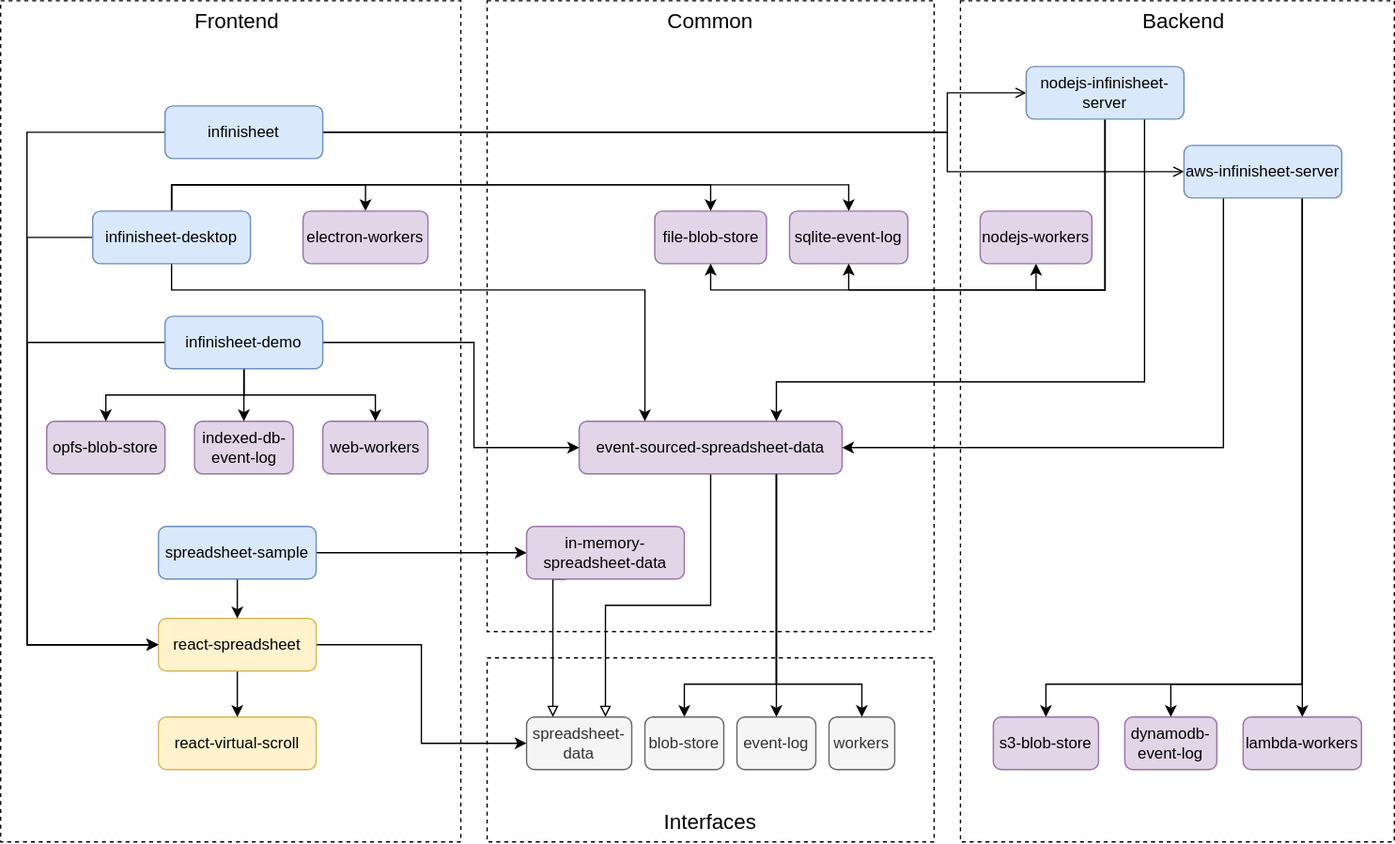
Before: assets/images/infinisheet/module-architecture.svg, a diagram exported from draw.io (TheCandidStartup/TheCandidStartup.github.io). Source tidied: cells renumbered, new cells last; positions are measured from the earlier drawing's top-left corner, leaving out a move shared by most shapes.
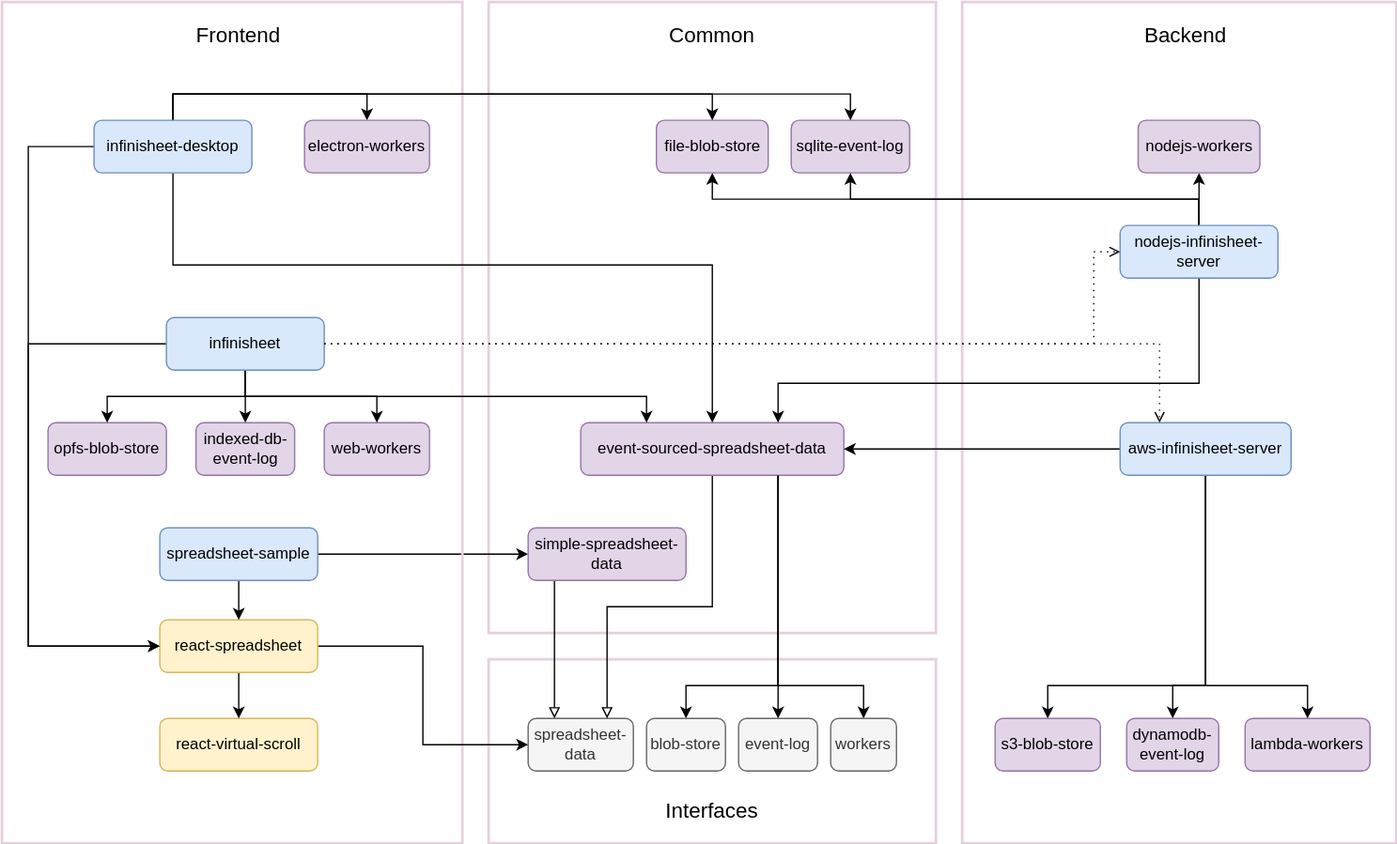
Later version of the same file.

The edit, as a diff of the source:
```diff
@@ -2,10 +2,10 @@
   <root>
     <mxCell id="0" />
     <mxCell id="1" parent="0" />
-    <mxCell id="2" style="rounded=0;whiteSpace=wrap;html=1;fillColor=none;dashed=1;" parent="1" vertex="1">
+    <mxCell id="2" style="rounded=0;whiteSpace=wrap;html=1;fillColor=none;strokeColor=#E6D0DE;strokeWidth=2;" parent="1" vertex="1">
       <mxGeometry x="370" width="340" height="480" as="geometry" />
     </mxCell>
-    <mxCell id="3" style="rounded=0;whiteSpace=wrap;html=1;fillColor=none;dashed=1;" parent="1" vertex="1">
+    <mxCell id="3" style="rounded=0;whiteSpace=wrap;html=1;fillColor=none;strokeColor=#E6D0DE;strokeWidth=2;" parent="1" vertex="1">
       <mxGeometry x="370" y="500" width="340" height="140" as="geometry" />
     </mxCell>
     <mxCell id="4" style="edgeStyle=orthogonalEdgeStyle;rounded=0;jettySize=auto;html=1;exitX=0.75;exitY=1;exitDx=0;exitDy=0;entryX=0.5;entryY=0;entryDx=0;entryDy=0;jumpStyle=none;" parent="1" edge="1" source="32" target="15">
@@ -19,23 +19,23 @@
     <mxCell id="5" style="edgeStyle=orthogonalEdgeStyle;rounded=0;jettySize=auto;html=1;exitX=1;exitY=0.5;exitDx=0;exitDy=0;entryX=0;entryY=0.5;entryDx=0;entryDy=0;" parent="1" edge="1" source="38" target="25">
       <mxGeometry relative="1" as="geometry" />
     </mxCell>
-    <mxCell id="6" style="rounded=0;whiteSpace=wrap;html=1;fillColor=none;dashed=1;" parent="1" vertex="1">
+    <mxCell id="6" style="rounded=0;whiteSpace=wrap;html=1;fillColor=none;strokeColor=#E6D0DE;strokeWidth=2;" parent="1" vertex="1">
       <mxGeometry width="350" height="640" as="geometry" />
     </mxCell>
-    <mxCell id="7" style="rounded=0;whiteSpace=wrap;html=1;fillColor=none;dashed=1;" parent="1" vertex="1">
+    <mxCell id="7" style="rounded=0;whiteSpace=wrap;html=1;fillColor=none;strokeWidth=2;strokeColor=#E6D0DE;" parent="1" vertex="1">
       <mxGeometry x="730" width="330" height="640" as="geometry" />
     </mxCell>
     <mxCell id="8" value="&lt;font style=&quot;font-size: 16px;&quot;&gt;Frontend&lt;/font&gt;" style="text;html=1;strokeColor=none;fillColor=none;align=center;verticalAlign=middle;whiteSpace=wrap;rounded=0;" parent="1" vertex="1">
-      <mxGeometry x="100" width="160" height="30" as="geometry" />
+      <mxGeometry x="100" y="10" width="160" height="30" as="geometry" />
     </mxCell>
     <mxCell id="9" value="&lt;font style=&quot;font-size: 16px;&quot;&gt;Common&lt;/font&gt;" style="text;html=1;strokeColor=none;fillColor=none;align=center;verticalAlign=middle;whiteSpace=wrap;rounded=0;" parent="1" vertex="1">
-      <mxGeometry x="460" width="160" height="30" as="geometry" />
+      <mxGeometry x="460" y="10" width="160" height="30" as="geometry" />
     </mxCell>
     <mxCell id="10" value="&lt;font style=&quot;font-size: 16px;&quot;&gt;Backend&lt;/font&gt;" style="text;html=1;strokeColor=none;fillColor=none;align=center;verticalAlign=middle;whiteSpace=wrap;rounded=0;" parent="1" vertex="1">
-      <mxGeometry x="820" width="160" height="30" as="geometry" />
+      <mxGeometry x="820" y="10" width="160" height="30" as="geometry" />
     </mxCell>
     <mxCell id="11" value="&lt;font style=&quot;font-size: 16px;&quot;&gt;Interfaces&lt;/font&gt;" style="text;html=1;strokeColor=none;fillColor=none;align=center;verticalAlign=middle;whiteSpace=wrap;rounded=0;" parent="1" vertex="1">
-      <mxGeometry x="460" y="610" width="160" height="30" as="geometry" />
+      <mxGeometry x="460" y="600" width="160" height="30" as="geometry" />
     </mxCell>
     <mxCell id="12" value="react-virtual-scroll" style="rounded=1;whiteSpace=wrap;html=1;fillColor=#fff2cc;strokeColor=#d6b656;" parent="1" vertex="1">
       <mxGeometry x="120" y="545" width="120" height="40" as="geometry" />
@@ -61,33 +61,6 @@
     <mxCell id="19" value="react-spreadsheet" style="rounded=1;whiteSpace=wrap;html=1;fillColor=#fff2cc;strokeColor=#d6b656;" parent="1" vertex="1">
       <mxGeometry x="120" y="470" width="120" height="40" as="geometry" />
     </mxCell>
-    <mxCell id="20" style="edgeStyle=orthogonalEdgeStyle;rounded=0;jettySize=auto;html=1;exitX=1;exitY=0.5;exitDx=0;exitDy=0;entryX=0;entryY=0.5;entryDx=0;entryDy=0;endArrow=open;endFill=0;" parent="1" edge="1" source="23" target="55">
-      <mxGeometry relative="1" as="geometry">
-        <Array as="points">
-          <mxPoint x="720" y="100" />
-          <mxPoint x="720" y="70" />
-        </Array>
-      </mxGeometry>
-    </mxCell>
-    <mxCell id="21" style="edgeStyle=orthogonalEdgeStyle;rounded=0;jettySize=auto;html=1;exitX=1;exitY=0.5;exitDx=0;exitDy=0;entryX=0;entryY=0.5;entryDx=0;entryDy=0;endArrow=open;endFill=0;" parent="1" edge="1" source="23" target="60">
-      <mxGeometry relative="1" as="geometry">
-        <Array as="points">
-          <mxPoint x="720" y="100" />
-          <mxPoint x="720" y="130" />
-        </Array>
-      </mxGeometry>
-    </mxCell>
-    <mxCell id="22" style="edgeStyle=orthogonalEdgeStyle;rounded=0;jettySize=auto;html=1;exitX=0;exitY=0.5;exitDx=0;exitDy=0;entryX=0;entryY=0.5;entryDx=0;entryDy=0;" parent="1" edge="1" source="23" target="19">
-      <mxGeometry relative="1" as="geometry">
-        <Array as="points">
-          <mxPoint x="20" y="100" />
-          <mxPoint x="20" y="490" />
-        </Array>
-      </mxGeometry>
-    </mxCell>
-    <mxCell id="23" value="infinisheet" style="rounded=1;whiteSpace=wrap;html=1;fillColor=#dae8fc;strokeColor=#6c8ebf;" parent="1" vertex="1">
-      <mxGeometry x="125" y="80" width="120" height="40" as="geometry" />
-    </mxCell>
     <mxCell id="24" style="edgeStyle=orthogonalEdgeStyle;rounded=0;jettySize=auto;html=1;exitX=0.25;exitY=1;exitDx=0;exitDy=0;entryX=0.25;entryY=0;entryDx=0;entryDy=0;endArrow=block;endFill=0;" parent="1" edge="1" source="25" target="13">
       <mxGeometry relative="1" as="geometry">
         <Array as="points">
@@ -95,14 +68,14 @@
         </Array>
       </mxGeometry>
     </mxCell>
-    <mxCell id="25" value="in-memory-spreadsheet-data" style="rounded=1;whiteSpace=wrap;html=1;fillColor=#e1d5e7;strokeColor=#9673a6;" parent="1" vertex="1">
+    <mxCell id="25" value="simple-spreadsheet-data" style="rounded=1;whiteSpace=wrap;html=1;fillColor=#e1d5e7;strokeColor=#9673a6;" parent="1" vertex="1">
       <mxGeometry x="400" y="400" width="120" height="40" as="geometry" />
     </mxCell>
     <mxCell id="26" value="sqlite-event-log" style="rounded=1;whiteSpace=wrap;html=1;fillColor=#e1d5e7;strokeColor=#9673a6;" parent="1" vertex="1">
-      <mxGeometry x="600" y="160" width="90" height="40" as="geometry" />
+      <mxGeometry x="600" y="90" width="90" height="40" as="geometry" />
     </mxCell>
     <mxCell id="27" value="file-blob-store" style="rounded=1;whiteSpace=wrap;html=1;fillColor=#e1d5e7;strokeColor=#9673a6;" parent="1" vertex="1">
-      <mxGeometry x="497.5" y="160" width="85" height="40" as="geometry" />
+      <mxGeometry x="497.5" y="90" width="85" height="40" as="geometry" />
     </mxCell>
     <mxCell id="28" value="opfs-blob-store" style="rounded=1;whiteSpace=wrap;html=1;fillColor=#e1d5e7;strokeColor=#9673a6;" parent="1" vertex="1">
       <mxGeometry x="35" y="320" width="90" height="40" as="geometry" />
@@ -139,7 +112,7 @@
       <mxGeometry x="245" y="320" width="80" height="40" as="geometry" />
     </mxCell>
     <mxCell id="36" value="lambda-workers" style="rounded=1;whiteSpace=wrap;html=1;fillColor=#e1d5e7;strokeColor=#9673a6;" parent="1" vertex="1">
-      <mxGeometry x="945" y="545" width="90" height="40" as="geometry" />
+      <mxGeometry x="945" y="545" width="95" height="40" as="geometry" />
     </mxCell>
     <mxCell id="37" style="edgeStyle=orthogonalEdgeStyle;rounded=0;jettySize=auto;html=1;exitX=0.5;exitY=1;exitDx=0;exitDy=0;entryX=0.5;entryY=0;entryDx=0;entryDy=0;" parent="1" edge="1" source="38" target="19">
       <mxGeometry relative="1" as="geometry" />
@@ -156,30 +129,30 @@
     <mxCell id="41" style="edgeStyle=orthogonalEdgeStyle;rounded=0;jettySize=auto;html=1;exitX=0.5;exitY=1;exitDx=0;exitDy=0;" parent="1" edge="1" source="44" target="29">
       <mxGeometry relative="1" as="geometry" />
     </mxCell>
+    <mxCell id="43" style="edgeStyle=orthogonalEdgeStyle;rounded=0;jettySize=auto;html=1;exitX=0;exitY=0.5;exitDx=0;exitDy=0;entryX=0;entryY=0.5;entryDx=0;entryDy=0;" parent="1" edge="1" source="44" target="19">
+      <mxGeometry relative="1" as="geometry">
+        <Array as="points">
+          <mxPoint x="20" y="260" />
+          <mxPoint x="20" y="490" />
+        </Array>
+      </mxGeometry>
+    </mxCell>
-    <mxCell id="42" style="edgeStyle=orthogonalEdgeStyle;rounded=0;jettySize=auto;html=1;exitX=1;exitY=0.5;exitDx=0;exitDy=0;entryX=0;entryY=0.5;entryDx=0;entryDy=0;" parent="1" edge="1" source="44" target="32">
+    <mxCell id="42" style="edgeStyle=orthogonalEdgeStyle;rounded=0;jettySize=auto;html=1;exitX=0.5;exitY=1;exitDx=0;exitDy=0;entryX=0.25;entryY=0;entryDx=0;entryDy=0;" parent="1" edge="1" source="44" target="32">
       <mxGeometry relative="1" as="geometry">
         <Array as="points">
-          <mxPoint x="360" y="260" />
-          <mxPoint x="360" y="340" />
+          <mxPoint x="185" y="300" />
+          <mxPoint x="490" y="300" />
         </Array>
       </mxGeometry>
     </mxCell>
-    <mxCell id="43" style="edgeStyle=orthogonalEdgeStyle;rounded=0;jettySize=auto;html=1;exitX=0;exitY=0.5;exitDx=0;exitDy=0;entryX=0;entryY=0.5;entryDx=0;entryDy=0;" parent="1" edge="1" source="44" target="19">
-      <mxGeometry relative="1" as="geometry">
-        <Array as="points">
-          <mxPoint x="20" y="260" />
-          <mxPoint x="20" y="490" />
-        </Array>
-      </mxGeometry>
-    </mxCell>
-    <mxCell id="44" value="infinisheet-demo" style="rounded=1;whiteSpace=wrap;html=1;fillColor=#dae8fc;strokeColor=#6c8ebf;" parent="1" vertex="1">
+    <mxCell id="44" value="infinisheet" style="rounded=1;whiteSpace=wrap;html=1;fillColor=#dae8fc;strokeColor=#6c8ebf;" parent="1" vertex="1">
       <mxGeometry x="125" y="240" width="120" height="40" as="geometry" />
     </mxCell>
-    <mxCell id="45" style="edgeStyle=orthogonalEdgeStyle;rounded=0;jettySize=auto;html=1;exitX=0.5;exitY=1;exitDx=0;exitDy=0;entryX=0.25;entryY=0;entryDx=0;entryDy=0;" parent="1" edge="1" source="50" target="32">
+    <mxCell id="45" style="edgeStyle=orthogonalEdgeStyle;rounded=0;jettySize=auto;html=1;exitX=0.5;exitY=1;exitDx=0;exitDy=0;entryX=0.5;entryY=0;entryDx=0;entryDy=0;" parent="1" edge="1" source="50" target="32">
       <mxGeometry relative="1" as="geometry">
         <Array as="points">
-          <mxPoint x="130" y="220" />
-          <mxPoint x="490" y="220" />
+          <mxPoint x="130" y="200" />
+          <mxPoint x="540" y="200" />
         </Array>
       </mxGeometry>
     </mxCell>
@@ -195,66 +168,66 @@
     <mxCell id="49" style="edgeStyle=orthogonalEdgeStyle;rounded=0;jettySize=auto;html=1;exitX=0;exitY=0.5;exitDx=0;exitDy=0;entryX=0;entryY=0.5;entryDx=0;entryDy=0;" parent="1" edge="1" source="50" target="19">
       <mxGeometry relative="1" as="geometry">
         <Array as="points">
-          <mxPoint x="20" y="180" />
+          <mxPoint x="20" y="110" />
           <mxPoint x="20" y="490" />
         </Array>
       </mxGeometry>
     </mxCell>
     <mxCell id="50" value="infinisheet-desktop" style="rounded=1;whiteSpace=wrap;html=1;fillColor=#dae8fc;strokeColor=#6c8ebf;" parent="1" vertex="1">
-      <mxGeometry x="70" y="160" width="120" height="40" as="geometry" />
+      <mxGeometry x="70" y="90" width="120" height="40" as="geometry" />
     </mxCell>
-    <mxCell id="51" style="edgeStyle=orthogonalEdgeStyle;rounded=0;jettySize=auto;html=1;exitX=0.75;exitY=1;exitDx=0;exitDy=0;entryX=0.75;entryY=0;entryDx=0;entryDy=0;" parent="1" edge="1" source="55" target="32">
+    <mxCell id="51" style="edgeStyle=orthogonalEdgeStyle;rounded=0;jettySize=auto;html=1;exitX=0.5;exitY=1;exitDx=0;exitDy=0;entryX=0.75;entryY=0;entryDx=0;entryDy=0;" parent="1" edge="1" source="55" target="32">
       <mxGeometry relative="1" as="geometry">
         <Array as="points">
-          <mxPoint x="870" y="290" />
+          <mxPoint x="910" y="290" />
           <mxPoint x="590" y="290" />
         </Array>
       </mxGeometry>
     </mxCell>
-    <mxCell id="52" style="edgeStyle=orthogonalEdgeStyle;rounded=0;jettySize=auto;html=1;exitX=0.5;exitY=1;exitDx=0;exitDy=0;entryX=0.5;entryY=1;entryDx=0;entryDy=0;" parent="1" edge="1" source="55" target="27">
+    <mxCell id="52" style="edgeStyle=orthogonalEdgeStyle;rounded=0;jettySize=auto;html=1;exitX=0.5;exitY=0;exitDx=0;exitDy=0;entryX=0.5;entryY=1;entryDx=0;entryDy=0;" parent="1" edge="1" source="55" target="27">
       <mxGeometry relative="1" as="geometry" />
     </mxCell>
+    <mxCell id="54" style="edgeStyle=orthogonalEdgeStyle;rounded=0;jettySize=auto;html=1;exitX=0.5;exitY=0;exitDx=0;exitDy=0;entryX=0.5;entryY=1;entryDx=0;entryDy=0;" parent="1" edge="1" source="55" target="26">
+      <mxGeometry relative="1" as="geometry" />
+    </mxCell>
-    <mxCell id="53" style="edgeStyle=orthogonalEdgeStyle;rounded=0;jettySize=auto;html=1;exitX=0.5;exitY=1;exitDx=0;exitDy=0;entryX=0.5;entryY=1;entryDx=0;entryDy=0;" parent="1" edge="1" source="55" target="61">
-      <mxGeometry relative="1" as="geometry">
-        <Array as="points">
-          <mxPoint x="840" y="220" />
-          <mxPoint x="788" y="220" />
-        </Array>
-      </mxGeometry>
+    <mxCell id="53" style="edgeStyle=orthogonalEdgeStyle;rounded=0;jettySize=auto;html=1;exitX=0.5;exitY=0;exitDx=0;exitDy=0;entryX=0.5;entryY=1;entryDx=0;entryDy=0;" parent="1" edge="1" source="55" target="61">
+      <mxGeometry relative="1" as="geometry" />
     </mxCell>
-    <mxCell id="54" style="edgeStyle=orthogonalEdgeStyle;rounded=0;jettySize=auto;html=1;exitX=0.5;exitY=1;exitDx=0;exitDy=0;entryX=0.5;entryY=1;entryDx=0;entryDy=0;" parent="1" edge="1" source="55" target="26">
-      <mxGeometry relative="1" as="geometry" />
-    </mxCell>
     <mxCell id="55" value="nodejs-infinisheet-server" style="rounded=1;whiteSpace=wrap;html=1;fillColor=#dae8fc;strokeColor=#6c8ebf;" parent="1" vertex="1">
-      <mxGeometry x="780" y="50" width="120" height="40" as="geometry" />
+      <mxGeometry x="850" y="170" width="120" height="40" as="geometry" />
     </mxCell>
-    <mxCell id="56" style="edgeStyle=orthogonalEdgeStyle;rounded=0;jettySize=auto;html=1;exitX=0.25;exitY=1;exitDx=0;exitDy=0;entryX=1;entryY=0.5;entryDx=0;entryDy=0;" parent="1" edge="1" source="60" target="32">
+    <mxCell id="56" style="edgeStyle=orthogonalEdgeStyle;rounded=0;jettySize=auto;html=1;exitX=0;exitY=0.5;exitDx=0;exitDy=0;entryX=1;entryY=0.5;entryDx=0;entryDy=0;" parent="1" edge="1" source="60" target="32">
       <mxGeometry relative="1" as="geometry" />
     </mxCell>
+    <mxCell id="59" style="edgeStyle=orthogonalEdgeStyle;rounded=0;jettySize=auto;html=1;exitX=0.5;exitY=1;exitDx=0;exitDy=0;entryX=0.5;entryY=0;entryDx=0;entryDy=0;" parent="1" edge="1" source="60" target="34">
+      <mxGeometry relative="1" as="geometry">
+        <Array as="points">
+          <mxPoint x="915" y="520" />
+          <mxPoint x="795" y="520" />
+        </Array>
+      </mxGeometry>
+    </mxCell>
-    <mxCell id="57" style="edgeStyle=orthogonalEdgeStyle;rounded=0;jettySize=auto;html=1;exitX=0.75;exitY=1;exitDx=0;exitDy=0;entryX=0.5;entryY=0;entryDx=0;entryDy=0;" parent="1" edge="1" source="60" target="36">
-      <mxGeometry relative="1" as="geometry" />
+    <mxCell id="57" style="edgeStyle=orthogonalEdgeStyle;rounded=0;jettySize=auto;html=1;exitX=0.5;exitY=1;exitDx=0;exitDy=0;entryX=0.5;entryY=0;entryDx=0;entryDy=0;" parent="1" edge="1" source="60" target="36">
+      <mxGeometry relative="1" as="geometry">
+        <Array as="points">
+          <mxPoint x="915" y="520" />
+          <mxPoint x="993" y="520" />
+        </Array>
+      </mxGeometry>
     </mxCell>
-    <mxCell id="58" style="edgeStyle=orthogonalEdgeStyle;rounded=0;jettySize=auto;html=1;exitX=0.75;exitY=1;exitDx=0;exitDy=0;entryX=0.5;entryY=0;entryDx=0;entryDy=0;" parent="1" edge="1" source="60" target="33">
+    <mxCell id="58" style="edgeStyle=orthogonalEdgeStyle;rounded=0;jettySize=auto;html=1;exitX=0.5;exitY=1;exitDx=0;exitDy=0;entryX=0.5;entryY=0;entryDx=0;entryDy=0;" parent="1" edge="1" source="60" target="33">
       <mxGeometry relative="1" as="geometry">
         <Array as="points">
-          <mxPoint x="990" y="520" />
+          <mxPoint x="915" y="520" />
           <mxPoint x="890" y="520" />
         </Array>
       </mxGeometry>
     </mxCell>
-    <mxCell id="59" style="edgeStyle=orthogonalEdgeStyle;rounded=0;jettySize=auto;html=1;exitX=0.75;exitY=1;exitDx=0;exitDy=0;entryX=0.5;entryY=0;entryDx=0;entryDy=0;" parent="1" edge="1" source="60" target="34">
-      <mxGeometry relative="1" as="geometry">
-        <Array as="points">
-          <mxPoint x="990" y="520" />
-          <mxPoint x="795" y="520" />
-        </Array>
-      </mxGeometry>
-    </mxCell>
     <mxCell id="60" value="aws-infinisheet-server" style="rounded=1;whiteSpace=wrap;html=1;fillColor=#dae8fc;strokeColor=#6c8ebf;" parent="1" vertex="1">
-      <mxGeometry x="900" y="110" width="120" height="40" as="geometry" />
+      <mxGeometry x="850" y="320" width="130" height="40" as="geometry" />
     </mxCell>
     <mxCell id="61" value="nodejs-workers" style="rounded=1;whiteSpace=wrap;html=1;fillColor=#e1d5e7;strokeColor=#9673a6;" parent="1" vertex="1">
-      <mxGeometry x="745" y="160" width="85" height="40" as="geometry" />
+      <mxGeometry x="863.8" y="90" width="92.5" height="40" as="geometry" />
     </mxCell>
     <mxCell id="62" style="edgeStyle=orthogonalEdgeStyle;rounded=0;jettySize=auto;html=1;exitX=0.75;exitY=1;exitDx=0;exitDy=0;entryX=0.5;entryY=0;entryDx=0;entryDy=0;jumpStyle=none;" parent="1" edge="1" source="32" target="16">
       <mxGeometry relative="1" as="geometry">
@@ -265,7 +238,24 @@
       </mxGeometry>
     </mxCell>
     <mxCell id="63" value="electron-workers" style="rounded=1;whiteSpace=wrap;html=1;fillColor=#e1d5e7;strokeColor=#9673a6;" parent="1" vertex="1">
-      <mxGeometry x="230" y="160" width="95" height="40" as="geometry" />
+      <mxGeometry x="230" y="90" width="95" height="40" as="geometry" />
     </mxCell>
+    <mxCell id="64" style="edgeStyle=orthogonalEdgeStyle;rounded=0;jettySize=auto;html=1;exitX=1;exitY=0.5;exitDx=0;exitDy=0;entryX=0;entryY=0.5;entryDx=0;entryDy=0;jumpStyle=none;endArrow=open;endFill=0;dashed=1;dashPattern=1 4;" parent="1" edge="1" source="44" target="55">
+      <mxGeometry relative="1" as="geometry">
+        <Array as="points">
+          <mxPoint x="830" y="260" />
+          <mxPoint x="830" y="190" />
+        </Array>
+      </mxGeometry>
+    </mxCell>
+    <mxCell id="21" style="edgeStyle=orthogonalEdgeStyle;rounded=0;jettySize=auto;html=1;exitX=1;exitY=0.5;exitDx=0;exitDy=0;endArrow=open;endFill=0;jumpStyle=none;dashed=1;dashPattern=1 4;" parent="1" edge="1" source="44">
+      <mxGeometry relative="1" as="geometry">
+        <mxPoint x="880" y="320" as="targetPoint" />
+        <Array as="points">
+          <mxPoint x="880" y="260" />
+          <mxPoint x="880" y="320" />
+        </Array>
+      </mxGeometry>
+    </mxCell>
   </root>
 </mxGraphModel>
```
